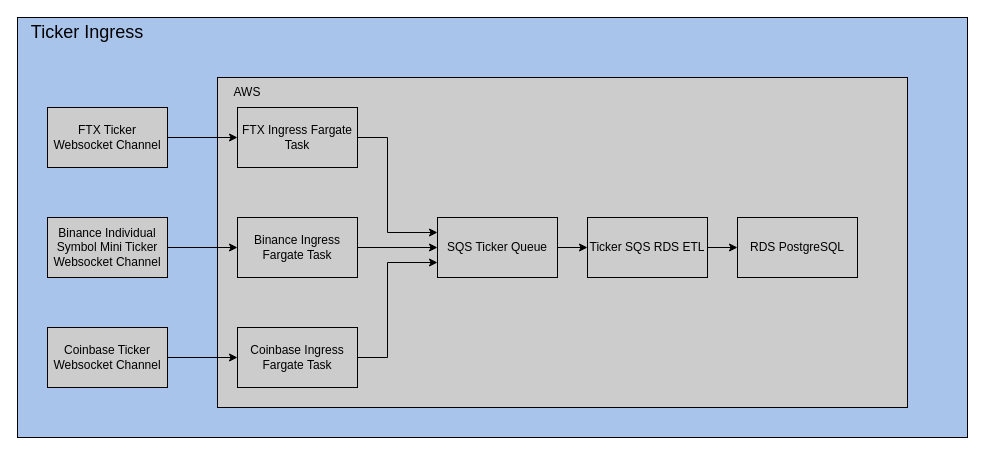
Earlier version of the draw.io diagram docs/Plutus.drawio (dtrodger/Plutus). Source tidied: cells renumbered, new cells numbered last; positions are measured from the earlier drawing's top-left corner, leaving out a move shared by most shapes. Both pictures are drawn from the tidied source at 100%, with x=0, y=0 at pixel (17, 17).
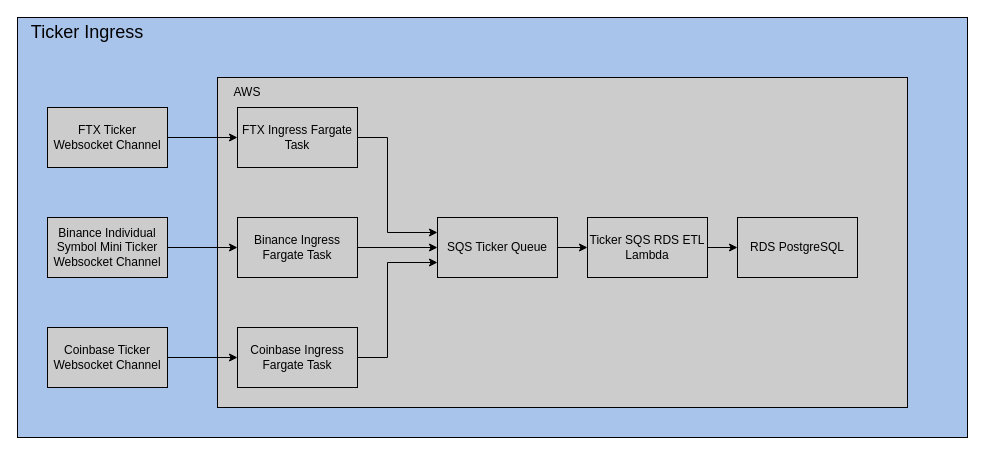
The same page after the edit.

Diff of the diagram source:
```diff
@@
-    <mxCell id="18" value="Ticker SQS RDS ETL" style="rounded=0;whiteSpace=wrap;html=1;strokeColor=#000000;fillColor=#CCCCCC;" parent="1" vertex="1">
+    <mxCell id="18" value="Ticker SQS RDS ETL Lambda" style="rounded=0;whiteSpace=wrap;html=1;strokeColor=#000000;fillColor=#CCCCCC;" parent="1" vertex="1">
       <mxGeometry x="570" y="200" width="120" height="60" as="geometry" />
     </mxCell>
```
